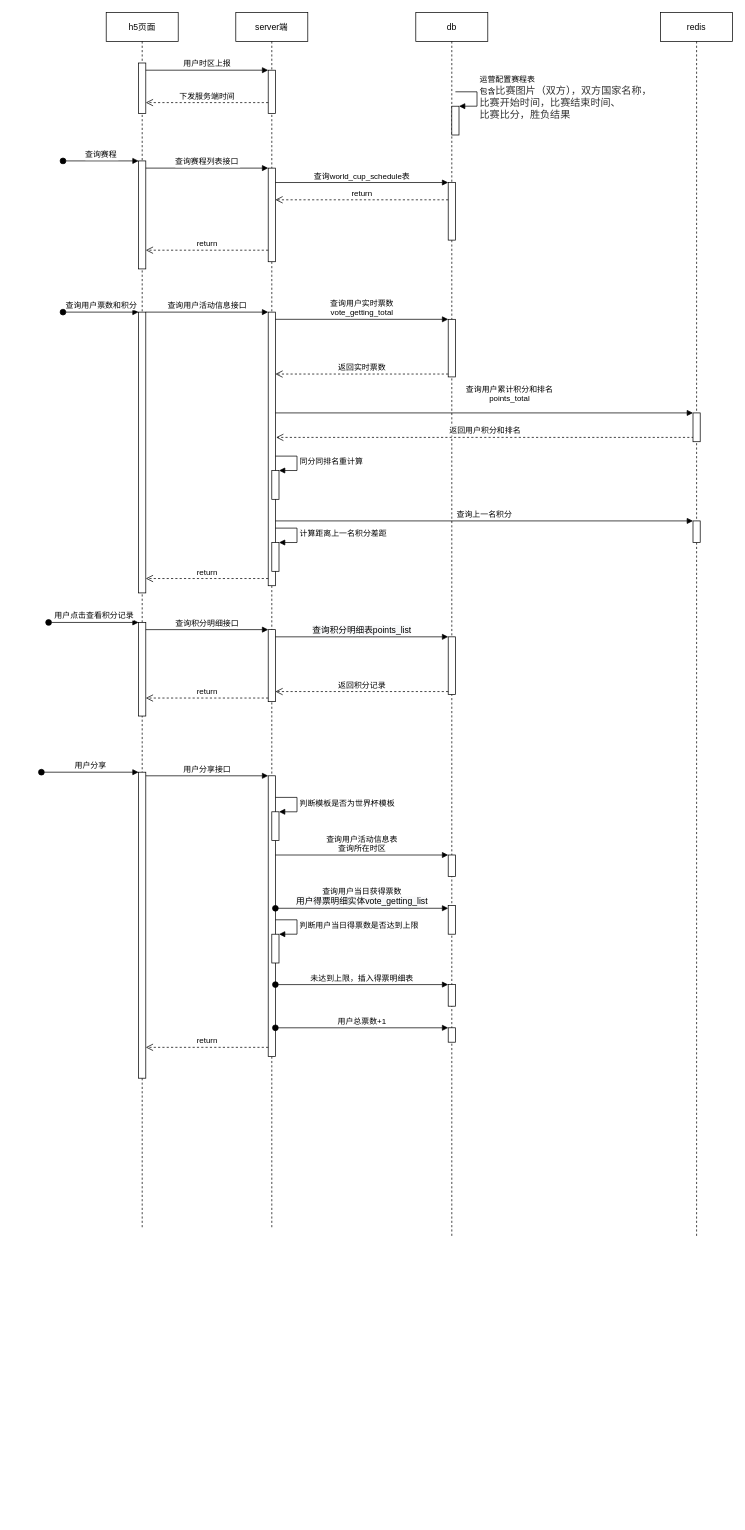
The draw.io diagram H5世界杯活动设计顺序图.drawio in milletzhu/datasource, before the edit. Source tidied: cells renumbered, new cells numbered last; positions are measured from the earlier drawing's top-left corner, leaving out a move shared by most shapes. Both pictures are drawn from the tidied source at 72%, with x=0, y=0 at pixel (41, 12).
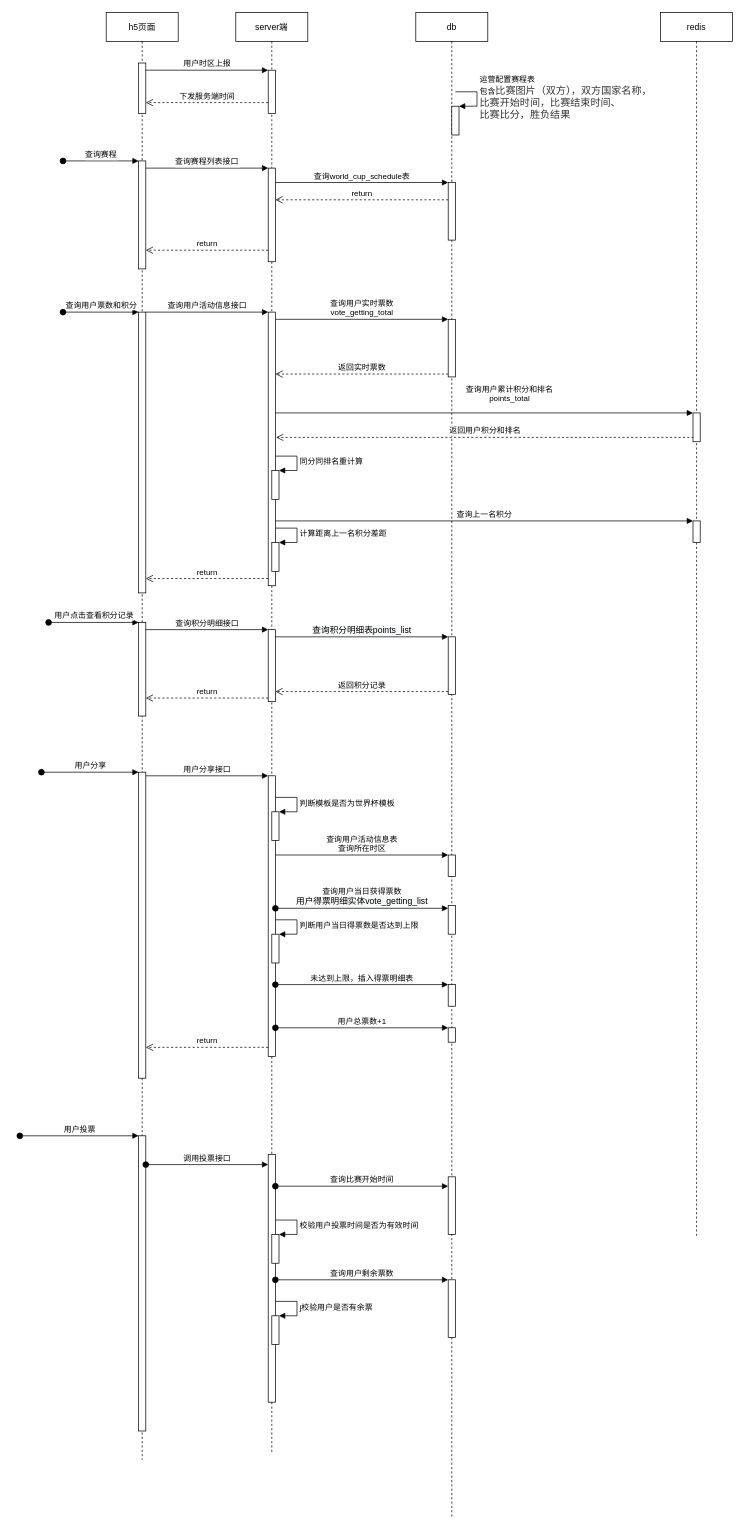
The same diagram, later.

Commit message:
更新H5世界杯活动设计顺序图.drawio

Change to the diagram source:
```diff
@@
     <mxCell id="2" value="h5页面" style="shape=umlLifeline;perimeter=lifelinePerimeter;rounded=0;shadow=0;strokeWidth=1;" parent="1" vertex="1">
-      <mxGeometry x="90" width="100" height="1690" as="geometry" />
+      <mxGeometry x="90" width="100" height="2010" as="geometry" />
     </mxCell>
@@
+    <mxCell id="62" style="html=1;points=[];perimeter=orthogonalPerimeter;" parent="2" vertex="1">
+      <mxGeometry x="45" y="1560" width="10" height="410" as="geometry" />
+    </mxCell>
+    <mxCell id="63" value="用户投票" style="html=1;verticalAlign=bottom;startArrow=oval;endArrow=block;startSize=8;rounded=0;" parent="2" edge="1" target="62">
+      <mxGeometry relative="1" as="geometry">
+        <mxPoint x="-120" y="1560" as="sourcePoint" />
+      </mxGeometry>
+    </mxCell>
     <mxCell id="12" value="server端" style="shape=umlLifeline;perimeter=lifelinePerimeter;rounded=0;shadow=0;strokeWidth=1;" parent="1" vertex="1">
-      <mxGeometry x="270" width="100" height="1690" as="geometry" />
+      <mxGeometry x="270" width="100" height="2000" as="geometry" />
     </mxCell>
@@
+    <mxCell id="64" style="html=1;points=[];perimeter=orthogonalPerimeter;" parent="12" vertex="1">
+      <mxGeometry x="45" y="1586" width="10" height="344" as="geometry" />
+    </mxCell>
+    <mxCell id="65" value="调用投票接口" style="html=1;verticalAlign=bottom;startArrow=oval;endArrow=block;startSize=8;rounded=0;" parent="12" edge="1">
+      <mxGeometry relative="1" as="geometry">
+        <mxPoint x="-125" y="1600" as="sourcePoint" />
+        <mxPoint x="45" y="1600" as="targetPoint" />
+      </mxGeometry>
+    </mxCell>
+    <mxCell id="66" style="html=1;points=[];perimeter=orthogonalPerimeter;" parent="12" vertex="1">
+      <mxGeometry x="50" y="1697" width="10" height="40" as="geometry" />
+    </mxCell>
+    <mxCell id="67" value="校验用户投票时间是否为有效时间" style="edgeStyle=orthogonalEdgeStyle;html=1;align=left;spacingLeft=2;endArrow=block;rounded=0;entryX=1;entryY=0;" parent="12" edge="1" target="66">
+      <mxGeometry relative="1" as="geometry">
+        <mxPoint x="55" y="1677" as="sourcePoint" />
+        <Array as="points">
+          <mxPoint x="85" y="1677" />
+        </Array>
+      </mxGeometry>
+    </mxCell>
+    <mxCell id="68" style="html=1;points=[];perimeter=orthogonalPerimeter;" parent="12" vertex="1">
+      <mxGeometry x="50" y="1810" width="10" height="40" as="geometry" />
+    </mxCell>
+    <mxCell id="69" value="j校验用户是否有余票" style="edgeStyle=orthogonalEdgeStyle;html=1;align=left;spacingLeft=2;endArrow=block;rounded=0;entryX=1;entryY=0;" parent="12" edge="1" target="68">
+      <mxGeometry relative="1" as="geometry">
+        <mxPoint x="55" y="1790" as="sourcePoint" />
+        <Array as="points">
+          <mxPoint x="85" y="1790" />
+        </Array>
+      </mxGeometry>
+    </mxCell>
@@
     <mxCell id="27" value="db" style="shape=umlLifeline;perimeter=lifelinePerimeter;whiteSpace=wrap;html=1;" parent="1" vertex="1">
-      <mxGeometry x="520" width="100" height="1700" as="geometry" />
+      <mxGeometry x="520" width="100" height="2090" as="geometry" />
     </mxCell>
@@
+    <mxCell id="70" style="html=1;points=[];perimeter=orthogonalPerimeter;" parent="27" vertex="1">
+      <mxGeometry x="45" y="1617" width="10" height="80" as="geometry" />
+    </mxCell>
+    <mxCell id="71" style="html=1;points=[];perimeter=orthogonalPerimeter;" parent="27" vertex="1">
+      <mxGeometry x="45" y="1760" width="10" height="80" as="geometry" />
+    </mxCell>
@@
+    <mxCell id="72" value="查询比赛开始时间" style="html=1;verticalAlign=bottom;startArrow=oval;endArrow=block;startSize=8;rounded=0;" parent="1" edge="1" source="64" target="70">
+      <mxGeometry relative="1" as="geometry">
+        <Array as="points">
+          <mxPoint x="470" y="1630" />
+        </Array>
+      </mxGeometry>
+    </mxCell>
+    <mxCell id="73" value="查询用户剩余票数" style="html=1;verticalAlign=bottom;startArrow=oval;endArrow=block;startSize=8;rounded=0;" parent="1" edge="1" source="64" target="71">
+      <mxGeometry relative="1" as="geometry" />
+    </mxCell>
```
